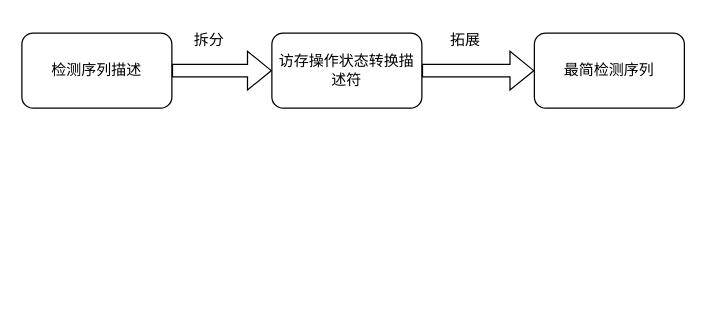
The draw.io diagram doc/中期.drawio in shanshan-lu/homwork, before the edit. Source tidied: cells renumbered, new cells numbered last; positions are measured from the earlier drawing's top-left corner, leaving out a move shared by most shapes. Both pictures are drawn from the tidied source at 125%, with x=0, y=0 at pixel (21, 21).
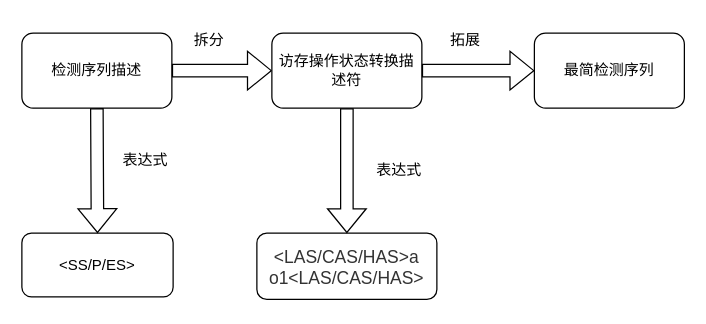
After the change.

What changed in the source:
```diff
@@
 <mxGraphModel>
   <root>
     <mxCell id="0" />
     <mxCell id="1" parent="0" />
     <mxCell id="2" value="检测序列描述" style="rounded=1;whiteSpace=wrap;html=1;" parent="1" vertex="1">
       <mxGeometry y="9" width="120" height="60" as="geometry" />
     </mxCell>
     <mxCell id="3" style="shape=flexArrow;endArrow=classic;html=1;rounded=0;exitX=1;exitY=0.5;exitDx=0;exitDy=0;" parent="1" edge="1" source="2">
       <mxGeometry relative="1" as="geometry">
         <mxPoint x="200" y="39" as="targetPoint" />
       </mxGeometry>
     </mxCell>
     <mxCell id="4" value="访存操作状态转换描述符" style="rounded=1;whiteSpace=wrap;html=1;" parent="1" vertex="1">
       <mxGeometry x="200" y="9" width="120" height="60" as="geometry" />
     </mxCell>
     <mxCell id="5" style="shape=flexArrow;endArrow=classic;html=1;rounded=0;exitX=1;exitY=0.5;exitDx=0;exitDy=0;" parent="1" edge="1" source="4">
       <mxGeometry relative="1" as="geometry">
         <mxPoint x="410" y="39" as="targetPoint" />
       </mxGeometry>
     </mxCell>
     <mxCell id="6" value="最简检测序列" style="rounded=1;whiteSpace=wrap;html=1;" parent="1" vertex="1">
       <mxGeometry x="410" y="9" width="120" height="60" as="geometry" />
     </mxCell>
     <mxCell id="7" value="拆分" style="text;html=1;strokeColor=none;fillColor=none;align=center;verticalAlign=middle;whiteSpace=wrap;rounded=0;" parent="1" vertex="1">
       <mxGeometry x="120" width="60" height="30" as="geometry" />
     </mxCell>
     <mxCell id="8" value="拓展" style="text;html=1;strokeColor=none;fillColor=none;align=center;verticalAlign=middle;whiteSpace=wrap;rounded=0;" parent="1" vertex="1">
       <mxGeometry x="325" width="60" height="30" as="geometry" />
     </mxCell>
+    <mxCell id="9" value="&amp;lt;SS/P/ES&amp;gt;" style="rounded=1;whiteSpace=wrap;html=1;" parent="1" vertex="1">
+      <mxGeometry y="169" width="121" height="51" as="geometry" />
+    </mxCell>
+    <mxCell id="10" value="&lt;p class=&quot;MsoNormal&quot;&gt;&lt;span style=&quot;color: rgb(51, 51, 51); letter-spacing: 0pt; font-size: 10.5pt; background: rgb(255, 255, 255);&quot;&gt;&amp;lt;LAS/CAS/HAS&amp;gt;a o1&amp;lt;LAS/CAS/HAS&amp;gt;&lt;/span&gt;&lt;/p&gt;" style="rounded=1;whiteSpace=wrap;html=1;" parent="1" vertex="1">
+      <mxGeometry x="188" y="169" width="144" height="53" as="geometry" />
+    </mxCell>
+    <mxCell id="11" style="shape=flexArrow;endArrow=classic;html=1;rounded=0;entryX=0.5;entryY=0;entryDx=0;entryDy=0;exitX=0.5;exitY=1;exitDx=0;exitDy=0;" parent="1" edge="1" source="2" target="9">
+      <mxGeometry relative="1" as="geometry" />
+    </mxCell>
+    <mxCell id="12" style="shape=flexArrow;endArrow=classic;html=1;rounded=0;exitX=0.5;exitY=1;exitDx=0;exitDy=0;entryX=0.5;entryY=0;entryDx=0;entryDy=0;" parent="1" edge="1" source="4" target="10">
+      <mxGeometry relative="1" as="geometry" />
+    </mxCell>
+    <mxCell id="13" value="表达式" style="text;html=1;strokeColor=none;fillColor=none;align=center;verticalAlign=middle;whiteSpace=wrap;rounded=0;" parent="1" vertex="1">
+      <mxGeometry x="69" y="96" width="60" height="30" as="geometry" />
+    </mxCell>
+    <mxCell id="14" value="表达式" style="text;html=1;strokeColor=none;fillColor=none;align=center;verticalAlign=middle;whiteSpace=wrap;rounded=0;" parent="1" vertex="1">
+      <mxGeometry x="272" y="104" width="60" height="30" as="geometry" />
+    </mxCell>
   </root>
 </mxGraphModel>
```
